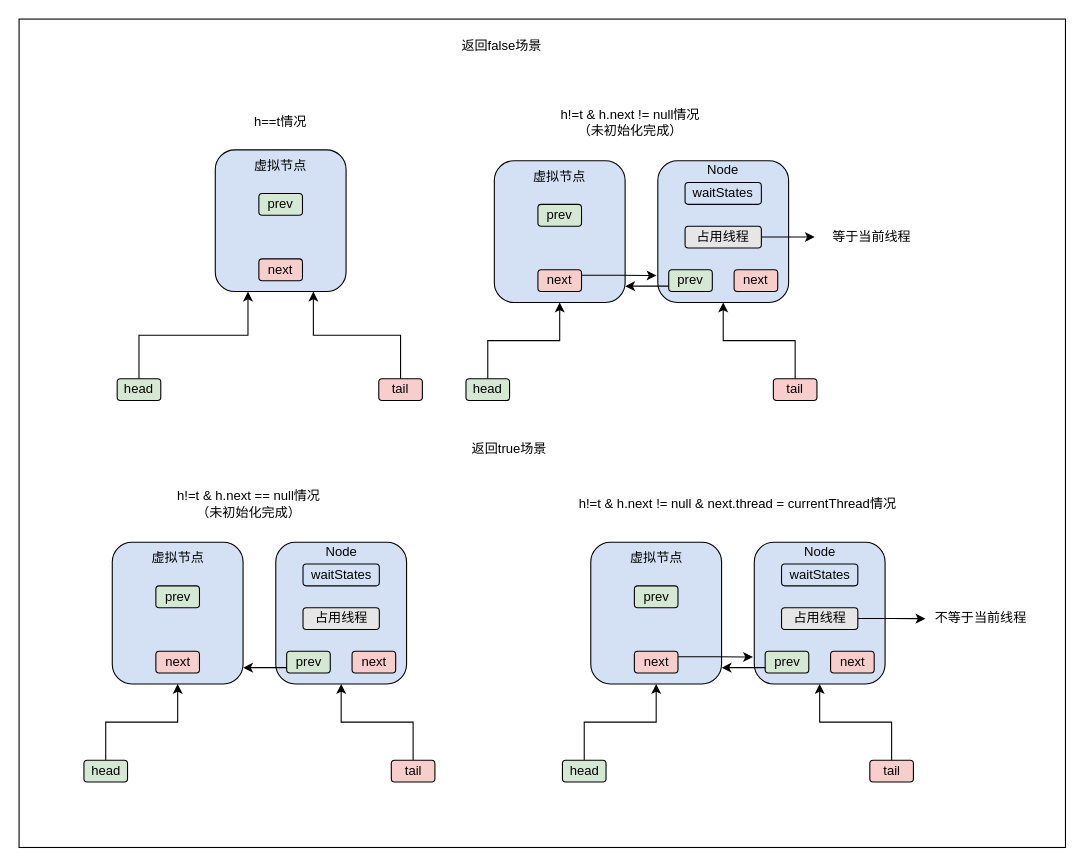
lxcy-kdz/draw keeps this draw.io diagram as page "第 2 页" (2 of 4) of 卖场/reentrantlock.drawio. Above is the earlier version. Source tidied: cells renumbered, new cells numbered last; positions are measured from the earlier drawing's top-left corner, leaving out a move shared by most shapes. Both pictures are drawn from the tidied source at 109%, with x=0, y=0 at pixel (19, 19).
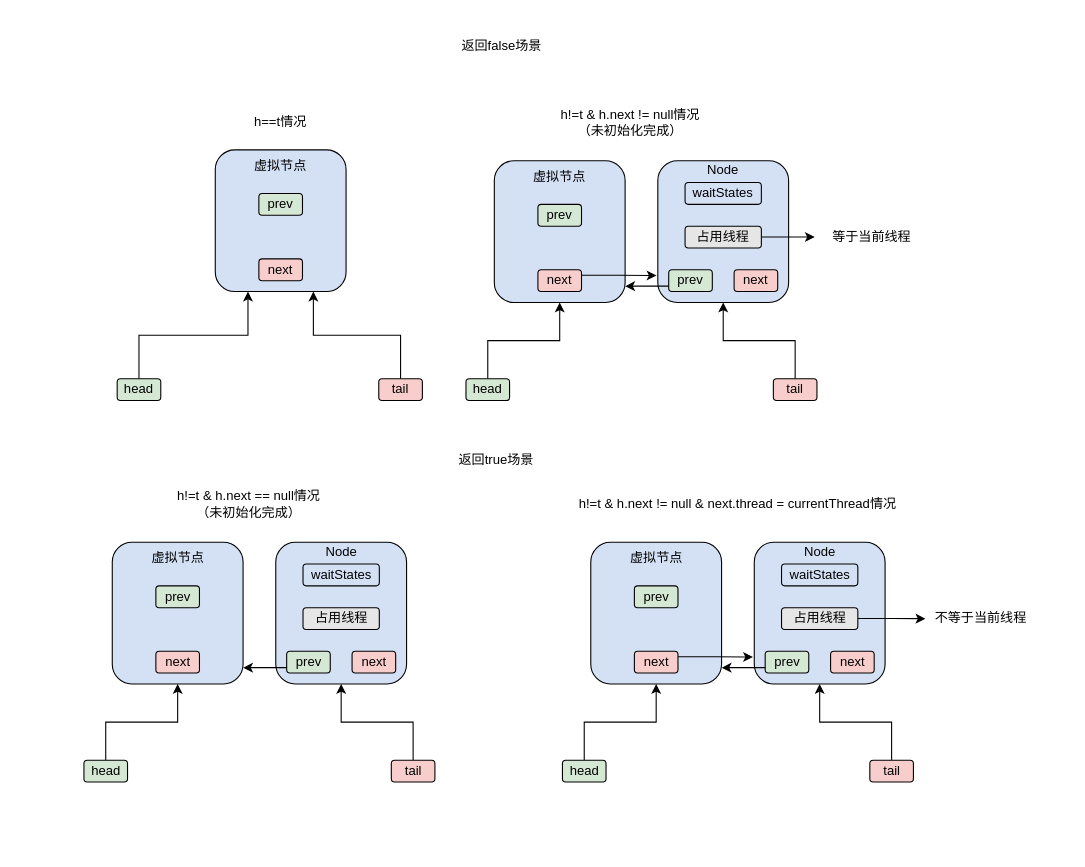
The same page after the edit.

The edit, as a diff of the source:
```diff
@@
-    <mxCell id="2" style="rounded=0;whiteSpace=wrap;html=1;" parent="1" vertex="1">
-      <mxGeometry width="960" height="760" as="geometry" />
-    </mxCell>
@@
     <mxCell id="67" value="返回true场景" style="text;html=1;align=center;verticalAlign=middle;whiteSpace=wrap;rounded=0;" parent="1" vertex="1">
-      <mxGeometry x="410" y="380" width="80" height="30" as="geometry" />
+      <mxGeometry x="398" y="390" width="80" height="30" as="geometry" />
     </mxCell>
```
